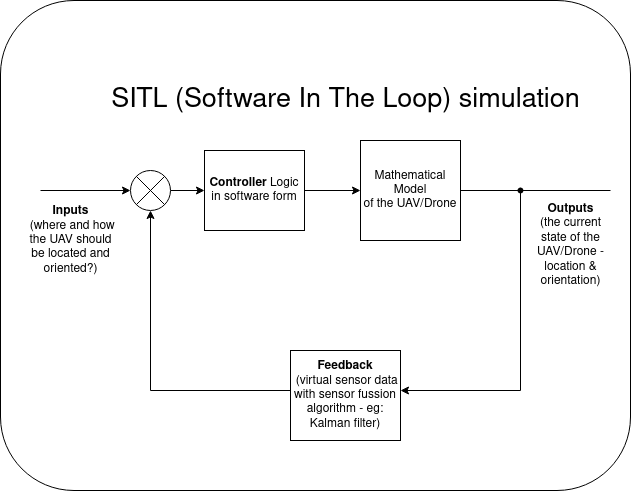
anwarendo/drawings keeps this draw.io diagram as SITL.png. Above is the earlier version. Source tidied: cells renumbered, new cells last; positions are measured from the earlier drawing's top-left corner, leaving out a move shared by most shapes.
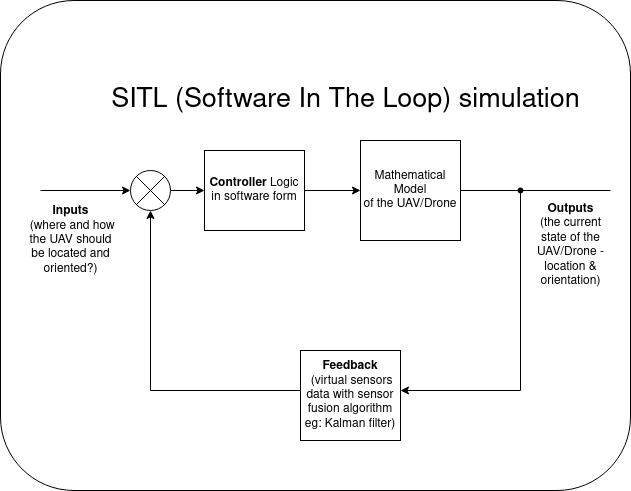
The same diagram one commit later.

The edit, as a diff of the source:
```diff
@@ -40,8 +40,8 @@
         </Array>
       </mxGeometry>
     </mxCell>
-    <mxCell id="11" value="&lt;div&gt;&lt;b&gt;Feedback&lt;/b&gt;&lt;/div&gt;&lt;div&gt;&amp;nbsp;(virtual sensor data with sensor fussion algorithm - eg: Kalman filter)&lt;/div&gt;" style="whiteSpace=wrap;html=1;" parent="1" vertex="1">
-      <mxGeometry x="290" y="350" width="110" height="90" as="geometry" />
+    <mxCell id="11" value="&lt;div&gt;&lt;b&gt;Feedback&lt;/b&gt;&lt;/div&gt;&lt;div&gt;&amp;nbsp;(virtual sensors data with sensor fusion algorithm eg: Kalman filter)&lt;/div&gt;" style="whiteSpace=wrap;html=1;" parent="1" vertex="1">
+      <mxGeometry x="300" y="350" width="100" height="90" as="geometry" />
     </mxCell>
     <mxCell id="12" value="&lt;div&gt;&lt;b&gt;Inputs&lt;/b&gt;&lt;/div&gt;&lt;div&gt;&amp;nbsp;(where and how &lt;br&gt;&lt;/div&gt;&lt;div&gt;the UAV should &lt;br&gt;&lt;/div&gt;&lt;div&gt;be located and &lt;br&gt;&lt;/div&gt;&lt;div&gt;oriented?)&lt;/div&gt;" style="text;html=1;align=center;verticalAlign=middle;strokeColor=none;fillColor=none;" parent="1" vertex="1">
       <mxGeometry x="20" y="200" width="100" height="80" as="geometry" />
```
